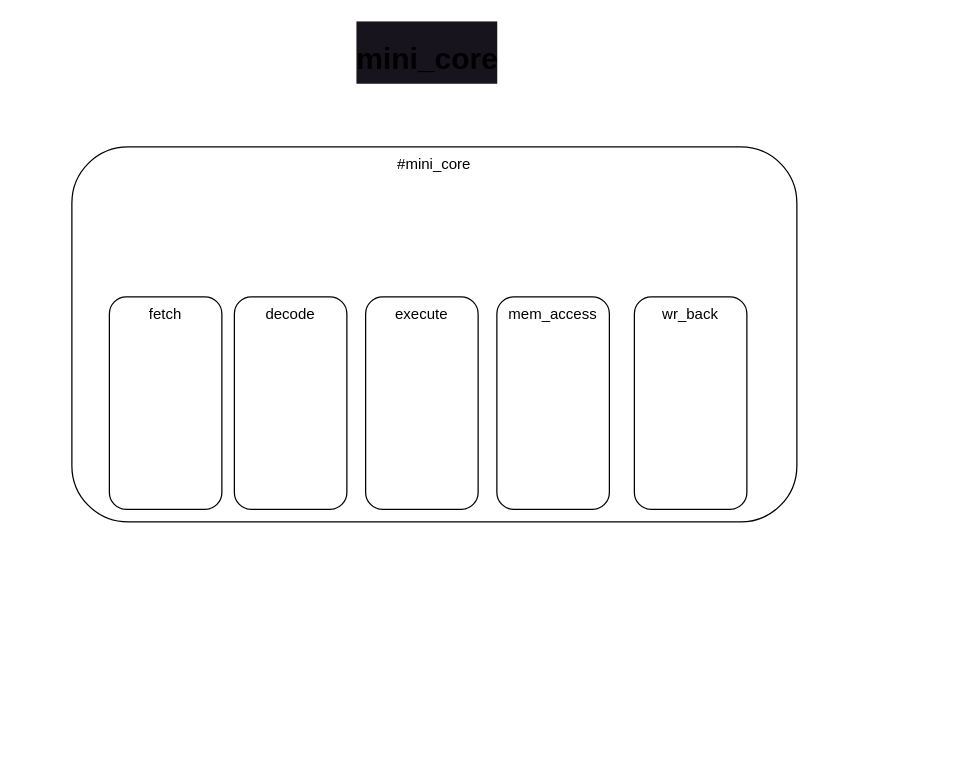
This is page "mini_core" (5 of 8) of doc/fpga_mafia.drawio from FPGA-MAFIA/fpga_mafia, a draw.io file, before an edit. Source tidied: cells renumbered, new cells numbered last; positions are measured from the earlier drawing's top-left corner, leaving out a move shared by most shapes. Both pictures are drawn from the tidied source at 125%, with x=0, y=0 at pixel (71, 34).
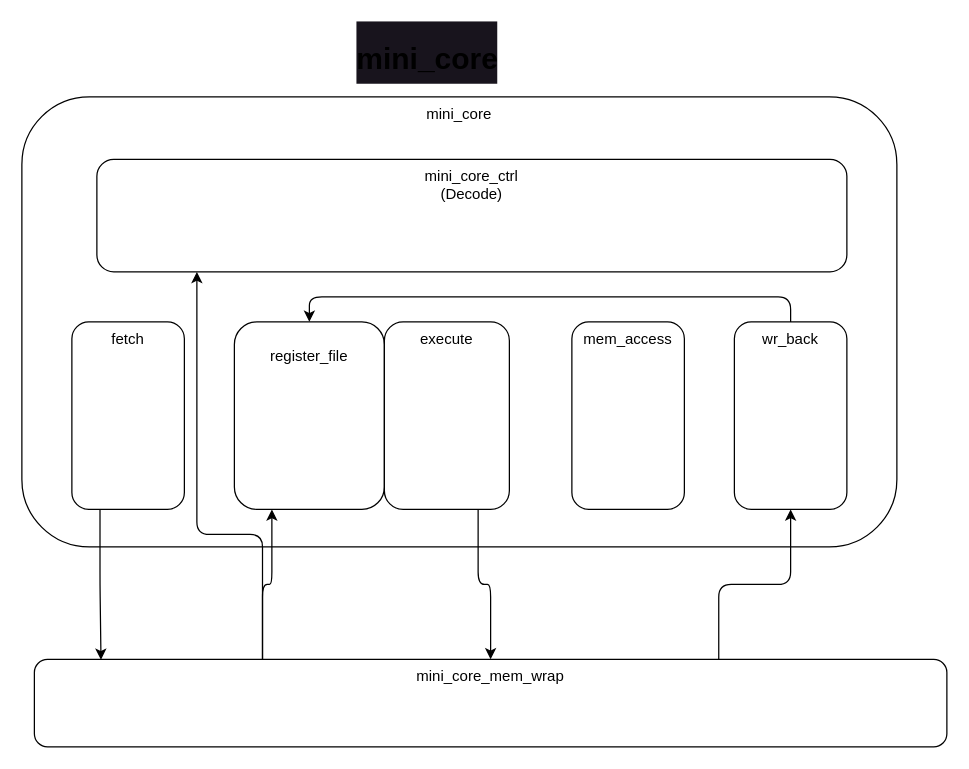
The same page after the edit.

Change to the diagram source:
```diff
@@
-    <mxCell id="2" value="&lt;div style=&quot;&quot;&gt;#mini_core&lt;/div&gt;" style="rounded=1;whiteSpace=wrap;html=1;align=center;verticalAlign=top;" parent="1" vertex="1">
-      <mxGeometry y="90" width="580" height="300" as="geometry" />
+    <mxCell id="2" value="mini_core" style="rounded=1;whiteSpace=wrap;html=1;align=center;verticalAlign=top;" parent="1" vertex="1">
+      <mxGeometry x="-40" y="50" width="700" height="360" as="geometry" />
     </mxCell>
-    <mxCell id="3" value="&lt;div style=&quot;&quot;&gt;decode&lt;/div&gt;" style="rounded=1;whiteSpace=wrap;html=1;align=center;verticalAlign=top;" parent="1" vertex="1">
-      <mxGeometry x="130" y="210" width="90" height="170" as="geometry" />
+    <mxCell id="3" value="&lt;div style=&quot;&quot;&gt;&lt;br&gt;register_file&lt;/div&gt;" style="rounded=1;whiteSpace=wrap;html=1;align=center;verticalAlign=top;" parent="1" vertex="1">
+      <mxGeometry x="130" y="230" width="120" height="150" as="geometry" />
     </mxCell>
+    <mxCell id="9" style="edgeStyle=orthogonalEdgeStyle;html=1;exitX=0.75;exitY=1;exitDx=0;exitDy=0;" parent="1" edge="1" source="4" target="16">
+      <mxGeometry relative="1" as="geometry" />
+    </mxCell>
     <mxCell id="4" value="&lt;div style=&quot;&quot;&gt;execute&lt;/div&gt;" style="rounded=1;whiteSpace=wrap;html=1;align=center;verticalAlign=top;" parent="1" vertex="1">
-      <mxGeometry x="235" y="210" width="90" height="170" as="geometry" />
+      <mxGeometry x="250" y="230" width="100" height="150" as="geometry" />
     </mxCell>
+    <mxCell id="10" style="edgeStyle=orthogonalEdgeStyle;html=1;exitX=0.25;exitY=1;exitDx=0;exitDy=0;entryX=0.073;entryY=0.005;entryDx=0;entryDy=0;entryPerimeter=0;" parent="1" edge="1" source="5" target="16">
+      <mxGeometry relative="1" as="geometry" />
+    </mxCell>
     <mxCell id="5" value="&lt;div style=&quot;&quot;&gt;fetch&lt;/div&gt;" style="rounded=1;whiteSpace=wrap;html=1;align=center;verticalAlign=top;" parent="1" vertex="1">
-      <mxGeometry x="30" y="210" width="90" height="170" as="geometry" />
+      <mxGeometry y="230" width="90" height="150" as="geometry" />
     </mxCell>
     <mxCell id="6" value="&lt;div style=&quot;&quot;&gt;mem_access&lt;/div&gt;" style="rounded=1;whiteSpace=wrap;html=1;align=center;verticalAlign=top;" parent="1" vertex="1">
-      <mxGeometry x="340" y="210" width="90" height="170" as="geometry" />
+      <mxGeometry x="400" y="230" width="90" height="150" as="geometry" />
     </mxCell>
+    <mxCell id="11" style="edgeStyle=orthogonalEdgeStyle;html=1;exitX=0.5;exitY=0;exitDx=0;exitDy=0;entryX=0.5;entryY=0;entryDx=0;entryDy=0;" parent="1" edge="1" source="7" target="3">
+      <mxGeometry relative="1" as="geometry">
+        <Array as="points">
+          <mxPoint x="575" y="210" />
+          <mxPoint x="190" y="210" />
+        </Array>
+      </mxGeometry>
+    </mxCell>
     <mxCell id="7" value="&lt;div style=&quot;&quot;&gt;wr_back&lt;/div&gt;" style="rounded=1;whiteSpace=wrap;html=1;align=center;verticalAlign=top;" parent="1" vertex="1">
-      <mxGeometry x="450" y="210" width="90" height="170" as="geometry" />
+      <mxGeometry x="530" y="230" width="90" height="150" as="geometry" />
     </mxCell>
@@
+    <mxCell id="12" value="&lt;div style=&quot;&quot;&gt;mini_core_ctrl&lt;br&gt;(Decode)&lt;/div&gt;" style="rounded=1;whiteSpace=wrap;html=1;align=center;verticalAlign=top;" parent="1" vertex="1">
+      <mxGeometry x="20" y="100" width="600" height="90" as="geometry" />
+    </mxCell>
+    <mxCell id="13" style="edgeStyle=orthogonalEdgeStyle;html=1;exitX=0.25;exitY=0;exitDx=0;exitDy=0;entryX=0.25;entryY=1;entryDx=0;entryDy=0;" parent="1" edge="1" source="16" target="3">
+      <mxGeometry relative="1" as="geometry" />
+    </mxCell>
+    <mxCell id="14" style="edgeStyle=orthogonalEdgeStyle;html=1;exitX=0.25;exitY=0;exitDx=0;exitDy=0;" parent="1" edge="1" source="16" target="12">
+      <mxGeometry relative="1" as="geometry">
+        <Array as="points">
+          <mxPoint x="153" y="400" />
+          <mxPoint x="100" y="400" />
+        </Array>
+      </mxGeometry>
+    </mxCell>
+    <mxCell id="15" style="edgeStyle=orthogonalEdgeStyle;html=1;exitX=0.75;exitY=0;exitDx=0;exitDy=0;" parent="1" edge="1" source="16" target="7">
+      <mxGeometry relative="1" as="geometry" />
+    </mxCell>
+    <mxCell id="16" value="&lt;div style=&quot;&quot;&gt;mini_core_mem_wrap&lt;/div&gt;" style="rounded=1;whiteSpace=wrap;html=1;align=center;verticalAlign=top;" parent="1" vertex="1">
+      <mxGeometry x="-30" y="500" width="730" height="70" as="geometry" />
+    </mxCell>
```
